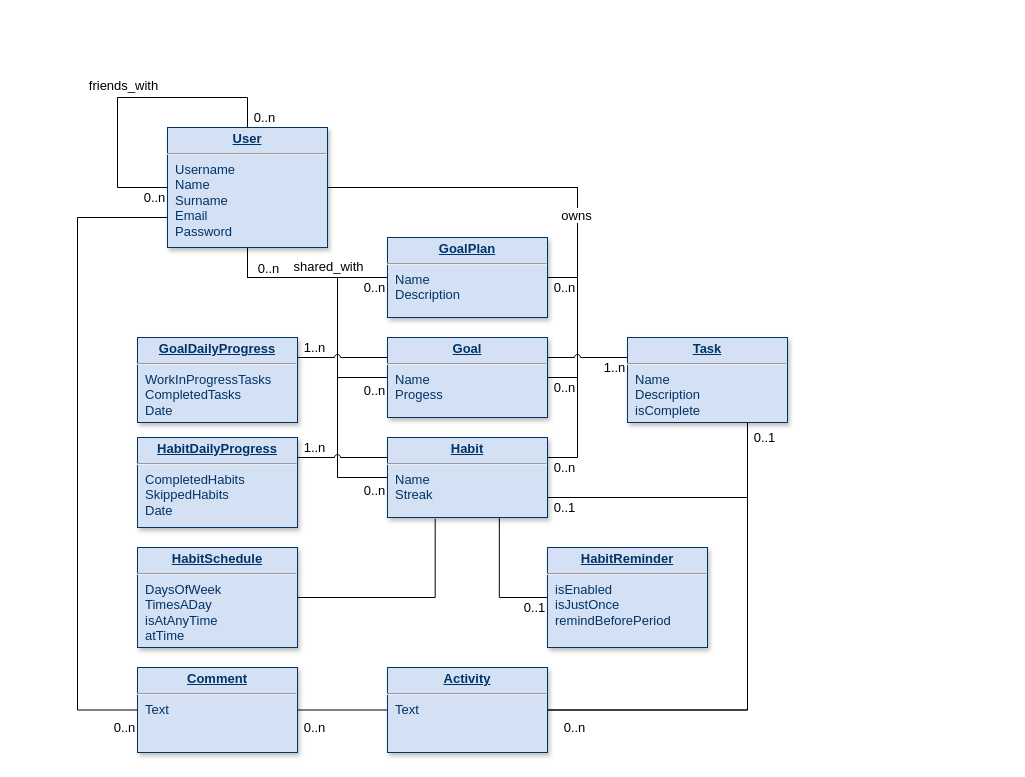
Before: pda-domain-model.drawio in vanyuart/bachelors-thesis-text, a draw.io diagram. Source tidied: cells renumbered, new cells numbered last; positions are measured from the earlier drawing's top-left corner, leaving out a move shared by most shapes. Both pictures are drawn from the tidied source at 100%, with x=0, y=0 at pixel (17, 87).
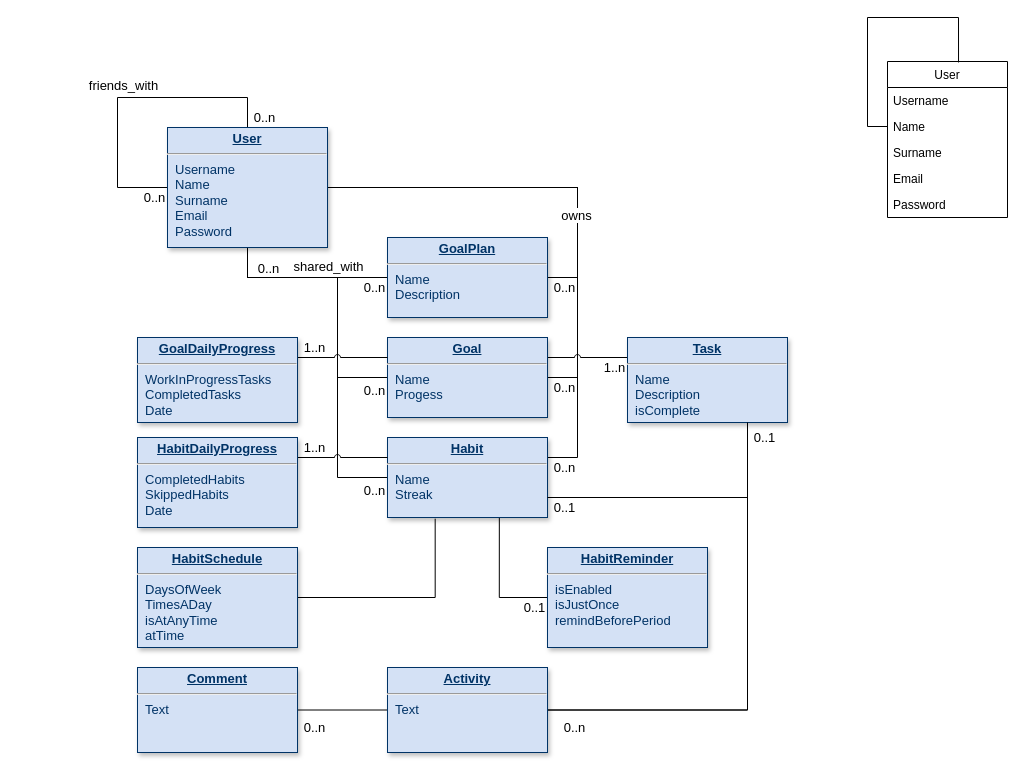
Above is the later version.

Commit message (it also covers changes not shown here):
edit domain model

Unchanged cells that the change refers to:
```xml
<mxCell id="10" value="&lt;p style=&quot;margin: 4px 0px 0px; text-align: center; text-decoration: underline; font-size: 13px;&quot;&gt;&lt;strong style=&quot;font-size: 13px;&quot;&gt;User&lt;br style=&quot;font-size: 13px;&quot;&gt;&lt;/strong&gt;&lt;/p&gt;&lt;hr style=&quot;font-size: 13px;&quot;&gt;&lt;p style=&quot;margin: 0px 0px 0px 8px; font-size: 13px;&quot;&gt;Username&lt;br style=&quot;font-size: 13px;&quot;&gt;Name&lt;/p&gt;&lt;p style=&quot;margin: 0px 0px 0px 8px; font-size: 13px;&quot;&gt;Surname&lt;/p&gt;&lt;p style=&quot;margin: 0px 0px 0px 8px; font-size: 13px;&quot;&gt;Email&lt;/p&gt;&lt;p style=&quot;margin: 0px 0px 0px 8px; font-size: 13px;&quot;&gt;Password&lt;/p&gt;" style="verticalAlign=top;align=left;overflow=fill;fontSize=13;fontFamily=Helvetica;html=1;strokeColor=#003366;shadow=1;fillColor=#D4E1F5;fontColor=#003366;" parent="1" vertex="1">
  <mxGeometry x="150" y="40" width="160" height="120" as="geometry" />
</mxCell>
<mxCell id="47" value="&lt;p style=&quot;margin: 4px 0px 0px ; text-align: center ; text-decoration: underline ; font-size: 13px&quot;&gt;&lt;strong style=&quot;font-size: 13px&quot;&gt;Comment&lt;br style=&quot;font-size: 13px&quot;&gt;&lt;/strong&gt;&lt;/p&gt;&lt;hr style=&quot;font-size: 13px&quot;&gt;&lt;p style=&quot;margin: 0px 0px 0px 8px ; font-size: 13px&quot;&gt;Text&lt;/p&gt;" style="verticalAlign=top;align=left;overflow=fill;fontSize=13;fontFamily=Helvetica;html=1;strokeColor=#003366;shadow=1;fillColor=#D4E1F5;fontColor=#003366;" parent="1" vertex="1">
  <mxGeometry x="120" y="580" width="160" height="85" as="geometry" />
</mxCell>
```

What changed in the source:
```diff
@@
-    <mxCell id="46" style="edgeStyle=orthogonalEdgeStyle;rounded=0;jumpStyle=arc;jettySize=auto;html=1;entryX=0;entryY=0.75;entryDx=0;entryDy=0;endArrow=none;endFill=0;fontSize=13;" parent="1" edge="1" source="47" target="10">
-      <mxGeometry relative="1" as="geometry">
-        <Array as="points">
-          <mxPoint x="60" y="623" />
-          <mxPoint x="60" y="130" />
-        </Array>
-      </mxGeometry>
-    </mxCell>
@@
-    <mxCell id="48" value="&lt;div style=&quot;font-size: 13px;&quot;&gt;0..n&lt;/div&gt;" style="edgeLabel;html=1;align=center;verticalAlign=middle;fontSize=13;" parent="1" vertex="1">
-      <mxGeometry y="610" as="geometry">
-        <mxPoint x="106" y="29" as="offset" />
-      </mxGeometry>
-    </mxCell>
@@
+    <mxCell id="50" value="User" style="swimlane;fontStyle=0;horizontal=1;startSize=26;fillColor=none;" parent="1" vertex="1">
+      <mxGeometry x="870" y="-26" width="120" height="156" as="geometry" />
+    </mxCell>
+    <mxCell id="51" value="Username&#10;" style="text;strokeColor=none;fillColor=none;align=left;verticalAlign=top;spacingLeft=4;spacingRight=4;overflow=hidden;" parent="50" vertex="1">
+      <mxGeometry y="26" width="120" height="26" as="geometry" />
+    </mxCell>
+    <mxCell id="52" style="edgeStyle=orthogonalEdgeStyle;rounded=0;jettySize=auto;html=1;entryX=0.592;entryY=0.006;entryDx=0;entryDy=0;entryPerimeter=0;endArrow=none;endFill=0;" parent="50" edge="1" source="53" target="50">
+      <mxGeometry relative="1" as="geometry">
+        <Array as="points">
+          <mxPoint x="-20" y="65" />
+          <mxPoint x="-20" y="-44" />
+          <mxPoint x="71" y="-44" />
+        </Array>
+      </mxGeometry>
+    </mxCell>
+    <mxCell id="53" value="Name" style="text;strokeColor=none;fillColor=none;align=left;verticalAlign=top;spacingLeft=4;spacingRight=4;overflow=hidden;points=[[0,0.5],[1,0.5]];portConstraint=eastwest;" parent="50" vertex="1">
+      <mxGeometry y="52" width="120" height="26" as="geometry" />
+    </mxCell>
+    <mxCell id="54" value="Surname" style="text;strokeColor=none;fillColor=none;align=left;verticalAlign=top;spacingLeft=4;spacingRight=4;overflow=hidden;" parent="50" vertex="1">
+      <mxGeometry y="78" width="120" height="26" as="geometry" />
+    </mxCell>
+    <mxCell id="55" value="Email" style="text;strokeColor=none;fillColor=none;align=left;verticalAlign=top;spacingLeft=4;spacingRight=4;overflow=hidden;" parent="50" vertex="1">
+      <mxGeometry y="104" width="120" height="26" as="geometry" />
+    </mxCell>
+    <mxCell id="56" value="Password" style="text;strokeColor=none;fillColor=none;align=left;verticalAlign=top;spacingLeft=4;spacingRight=4;overflow=hidden;" parent="50" vertex="1">
+      <mxGeometry y="130" width="120" height="26" as="geometry" />
+    </mxCell>
```
